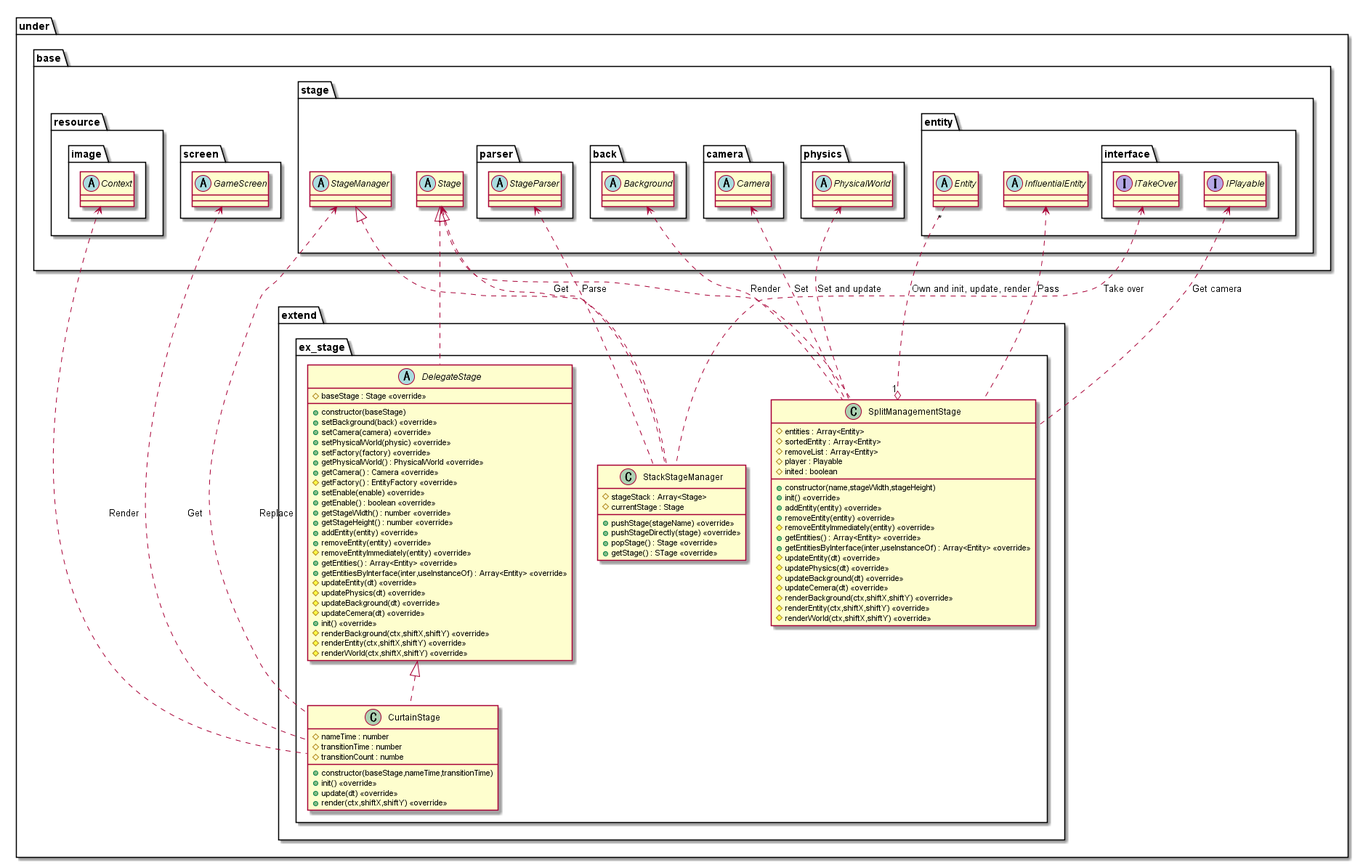
This is out/uml/stage/Extend/StageExtend.png from Expine/Under, a PlantUML export, as it was before one commit.
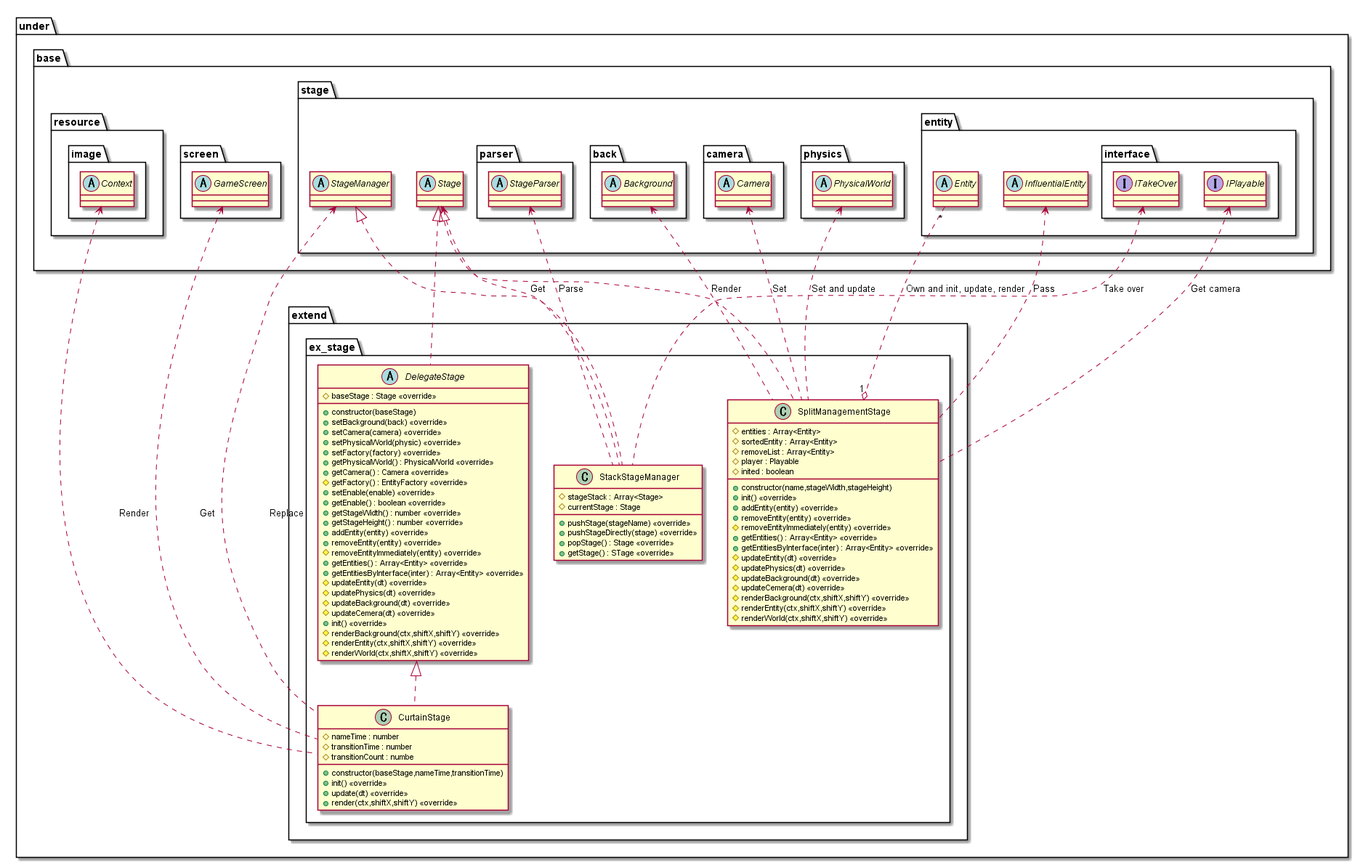
Later version of the same file.

The edit, as a diff of the source:
```diff
@@ -22,7 +22,7 @@
                 +removeEntity(entity) <<override>>
                 #removeEntityImmediately(entity) <<override>>
                 +getEntities() : Array<Entity> <<override>>
-                +getEntitiesByInterface(inter,useInstanceOf) : Array<Entity> <<override>>
+                +getEntitiesByInterface(inter) : Array<Entity> <<override>>
                 #updateEntity(dt) <<override>>
                 #updatePhysics(dt) <<override>>
                 #updateBackground(dt) <<override>>
@@ -49,7 +49,7 @@
                 +removeEntity(entity) <<override>>
                 #removeEntityImmediately(entity) <<override>>
                 +getEntities() : Array<Entity> <<override>>
-                +getEntitiesByInterface(inter,useInstanceOf) : Array<Entity> <<override>>
+                +getEntitiesByInterface(inter) : Array<Entity> <<override>>
                 #updateEntity(dt) <<override>>
                 #updatePhysics(dt) <<override>>
                 #updateBackground(dt) <<override>>
```
